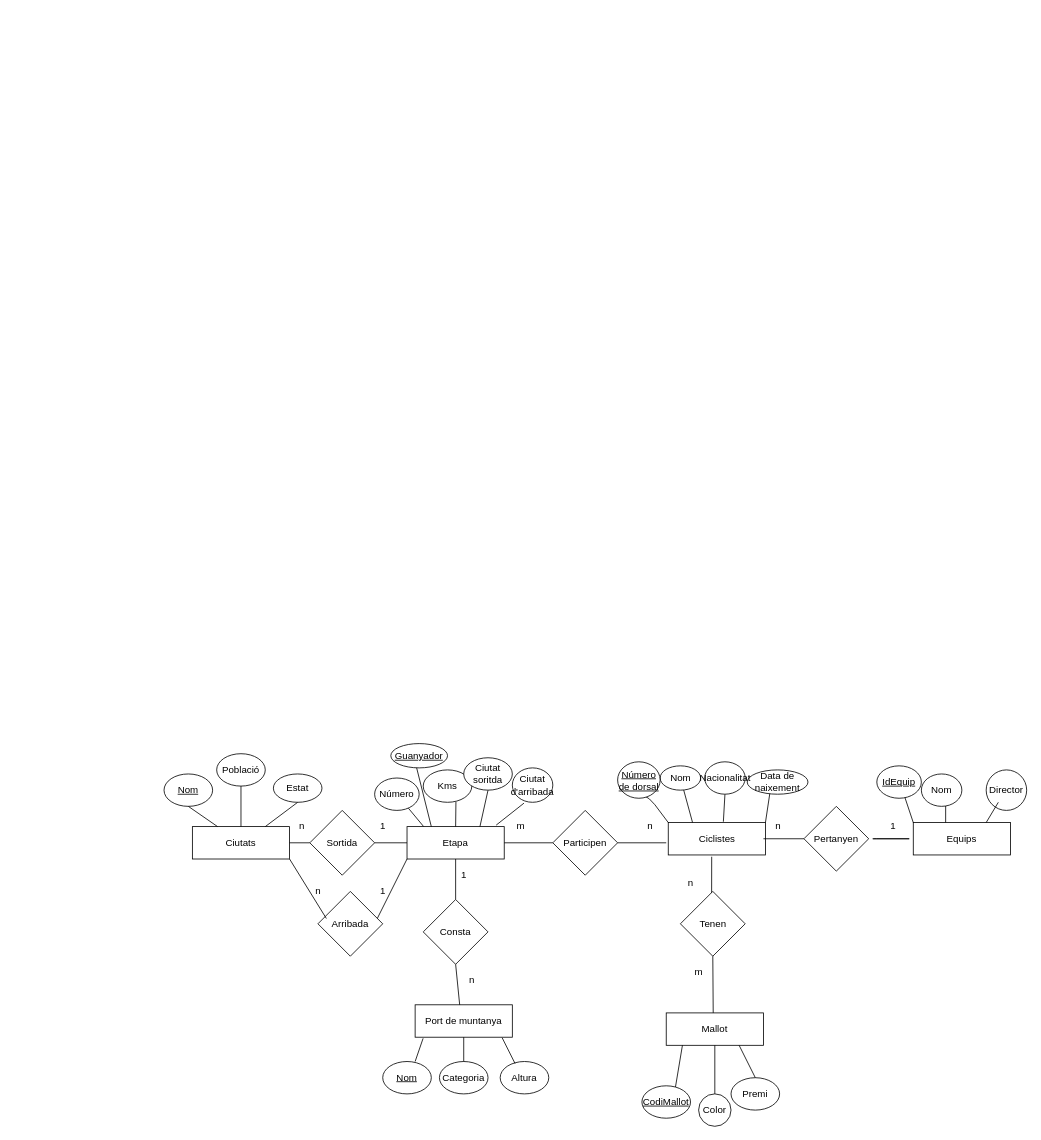
This is Trump.drawio from Khydra/https-discordapp.com-api-webhooks-518562240383811644-kNeMgop6j8yftRepPUE6DXeDJ8cb2CNdsJGgCZLXd1JnR, a draw.io file, before an edit. Source tidied: cells renumbered, new cells numbered last; positions are measured from the earlier drawing's top-left corner, leaving out a move shared by most shapes. Both pictures are drawn from the tidied source at 81%, with x=0, y=0 at pixel (164, 744).
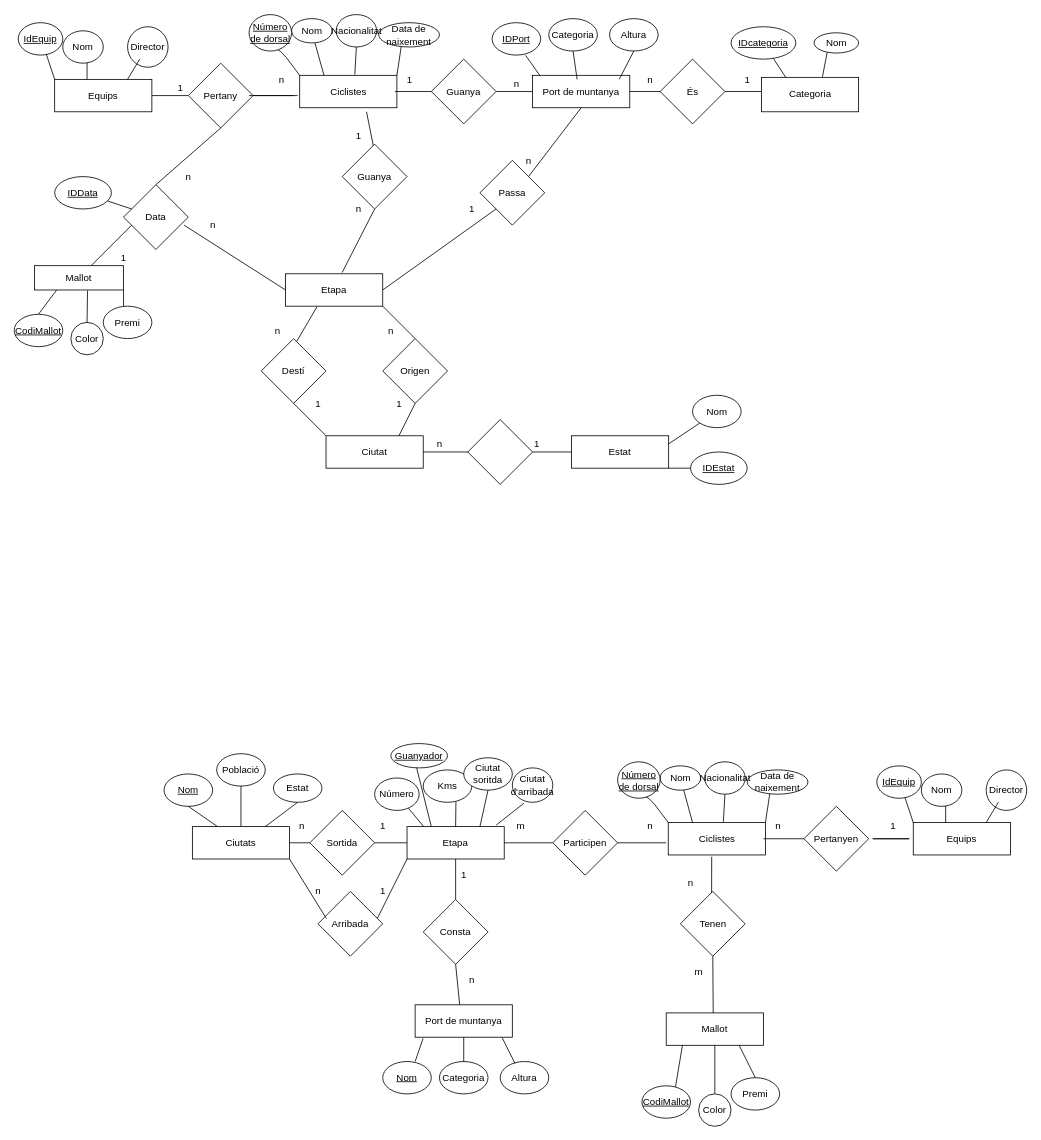
After the change.

Diff of the diagram source:
```diff
@@
+    <mxCell id="80" value="Equips" style="rounded=0;whiteSpace=wrap;html=1;" parent="1" vertex="1">
+      <mxGeometry x="-135" y="-820.5" width="120" height="40" as="geometry" />
+    </mxCell>
+    <mxCell id="81" style="endArrow=none;html=1;exitX=0.333;exitY=0;exitDx=0;exitDy=0;exitPerimeter=0;" parent="1" edge="1" source="80">
+      <mxGeometry relative="1" as="geometry">
+        <mxPoint x="-95" y="-860.5" as="targetPoint" />
+      </mxGeometry>
+    </mxCell>
+    <mxCell id="82" value="Nom" style="ellipse;whiteSpace=wrap;html=1;" parent="1" vertex="1">
+      <mxGeometry x="-125" y="-880.5" width="50" height="40" as="geometry" />
+    </mxCell>
+    <mxCell id="83" value="Director" style="ellipse;whiteSpace=wrap;html=1;" parent="1" vertex="1">
+      <mxGeometry x="-45" y="-885.5" width="50" height="50" as="geometry" />
+    </mxCell>
+    <mxCell id="84" style="endArrow=none;html=1;exitX=0.75;exitY=0;exitDx=0;exitDy=0;entryX=0.5;entryY=1;entryDx=0;entryDy=0;" parent="1" edge="1" source="80">
+      <mxGeometry relative="1" as="geometry">
+        <mxPoint x="-30" y="-845.5" as="targetPoint" />
+      </mxGeometry>
+    </mxCell>
+    <mxCell id="85" style="endArrow=none;html=1;exitX=0;exitY=0;exitDx=0;exitDy=0;" parent="1" edge="1" source="80">
+      <mxGeometry relative="1" as="geometry">
+        <mxPoint x="-150" y="-865.5" as="targetPoint" />
+      </mxGeometry>
+    </mxCell>
+    <mxCell id="86" value="&lt;u&gt;IdEquip&lt;/u&gt;" style="ellipse;whiteSpace=wrap;html=1;" parent="1" vertex="1">
+      <mxGeometry x="-180" y="-890.5" width="55" height="40" as="geometry" />
+    </mxCell>
+    <mxCell id="87" style="endArrow=none;html=1;exitX=1;exitY=0.5;exitDx=0;exitDy=0;" parent="1" edge="1" source="80">
+      <mxGeometry relative="1" as="geometry">
+        <mxPoint x="30" y="-800.5" as="targetPoint" />
+      </mxGeometry>
+    </mxCell>
+    <mxCell id="88" value="1" style="text;html=1;align=center;verticalAlign=middle;" parent="1" vertex="1">
+      <mxGeometry x="10" y="-820.5" width="20" height="20" as="geometry" />
+    </mxCell>
+    <mxCell id="89" value="Pertany" style="rhombus;whiteSpace=wrap;html=1;" parent="1" vertex="1">
+      <mxGeometry x="30" y="-840.5" width="80" height="80" as="geometry" />
+    </mxCell>
+    <mxCell id="90" style="endArrow=none;html=1;exitX=1;exitY=0.5;exitDx=0;exitDy=0;" parent="1" edge="1" source="89">
+      <mxGeometry relative="1" as="geometry">
+        <mxPoint x="160" y="-800.5" as="targetPoint" />
+      </mxGeometry>
+    </mxCell>
+    <mxCell id="91" value="Ciclistes" style="rounded=0;whiteSpace=wrap;html=1;" parent="1" vertex="1">
+      <mxGeometry x="167.5" y="-825.5" width="120" height="40" as="geometry" />
+    </mxCell>
+    <mxCell id="92" style="endArrow=none;html=1;exitX=0.25;exitY=0;exitDx=0;exitDy=0;" parent="1" edge="1" source="91" target="93">
+      <mxGeometry relative="1" as="geometry" />
+    </mxCell>
+    <mxCell id="93" value="Nom" style="ellipse;whiteSpace=wrap;html=1;" parent="1" vertex="1">
+      <mxGeometry x="157.5" y="-895.5" width="50" height="30" as="geometry" />
+    </mxCell>
+    <mxCell id="94" style="endArrow=none;html=1;exitX=1;exitY=0;exitDx=0;exitDy=0;" parent="1" edge="1" source="91">
+      <mxGeometry relative="1" as="geometry">
+        <mxPoint x="295" y="-875.5" as="targetPoint" />
+      </mxGeometry>
+    </mxCell>
+    <mxCell id="95" value="Data de naixement" style="ellipse;whiteSpace=wrap;html=1;" parent="1" vertex="1">
+      <mxGeometry x="265" y="-890.5" width="75" height="30" as="geometry" />
+    </mxCell>
+    <mxCell id="96" style="endArrow=none;html=1;exitX=0;exitY=0;exitDx=0;exitDy=0;" parent="1" edge="1" source="91">
+      <mxGeometry relative="1" as="geometry">
+        <mxPoint x="125" y="-865.5" as="targetPoint" />
+        <Array as="points">
+          <mxPoint x="145" y="-855.5" />
+        </Array>
+      </mxGeometry>
+    </mxCell>
+    <mxCell id="97" value="&lt;u&gt;Número de dorsal&lt;/u&gt;" style="ellipse;whiteSpace=wrap;html=1;" parent="1" vertex="1">
+      <mxGeometry x="105" y="-900.5" width="52.5" height="45" as="geometry" />
+    </mxCell>
+    <mxCell id="98" style="endArrow=none;html=1;entryX=0.567;entryY=-0.025;entryDx=0;entryDy=0;exitX=0.5;exitY=1;exitDx=0;exitDy=0;entryPerimeter=0;" parent="1" edge="1" source="99" target="91">
+      <mxGeometry relative="1" as="geometry" />
+    </mxCell>
+    <mxCell id="99" value="Nacionalitat&lt;br&gt;" style="ellipse;whiteSpace=wrap;html=1;" parent="1" vertex="1">
+      <mxGeometry x="212.5" y="-900.5" width="50" height="40" as="geometry" />
+    </mxCell>
+    <mxCell id="100" style="endArrow=none;html=1;" parent="1" edge="1">
+      <mxGeometry relative="1" as="geometry">
+        <mxPoint x="335" y="-805.5" as="sourcePoint" />
+        <mxPoint x="285" y="-805.5" as="targetPoint" />
+      </mxGeometry>
+    </mxCell>
+    <mxCell id="101" value="1" style="text;html=1;align=center;verticalAlign=middle;" parent="1" vertex="1">
+      <mxGeometry x="292.5" y="-830.5" width="20" height="20" as="geometry" />
+    </mxCell>
+    <mxCell id="102" value="n" style="text;html=1;align=center;verticalAlign=middle;" parent="1" vertex="1">
+      <mxGeometry x="135" y="-830.5" width="20" height="20" as="geometry" />
+    </mxCell>
+    <mxCell id="103" style="endArrow=none;html=1;exitX=1;exitY=0.5;exitDx=0;exitDy=0;" parent="1" edge="1">
+      <mxGeometry relative="1" as="geometry">
+        <mxPoint x="105" y="-800.5" as="sourcePoint" />
+        <mxPoint x="165" y="-800.5" as="targetPoint" />
+      </mxGeometry>
+    </mxCell>
+    <mxCell id="104" value="Guanya" style="rhombus;whiteSpace=wrap;html=1;" parent="1" vertex="1">
+      <mxGeometry x="330" y="-845.5" width="80" height="80" as="geometry" />
+    </mxCell>
+    <mxCell id="105" value="Altura" style="ellipse;whiteSpace=wrap;html=1;" parent="1" vertex="1">
+      <mxGeometry x="550" y="-895.5" width="60" height="40" as="geometry" />
+    </mxCell>
+    <mxCell id="106" value="Port de muntanya" style="rounded=0;whiteSpace=wrap;html=1;" parent="1" vertex="1">
+      <mxGeometry x="455" y="-825.5" width="120" height="40" as="geometry" />
+    </mxCell>
+    <mxCell id="107" value="&lt;u&gt;IDPort&lt;/u&gt;" style="ellipse;whiteSpace=wrap;html=1;" parent="1" vertex="1">
+      <mxGeometry x="405" y="-890.5" width="60" height="40" as="geometry" />
+    </mxCell>
+    <mxCell id="108" value="Categoria" style="ellipse;whiteSpace=wrap;html=1;" parent="1" vertex="1">
+      <mxGeometry x="475" y="-895.5" width="60" height="40" as="geometry" />
+    </mxCell>
+    <mxCell id="109" style="endArrow=none;html=1;exitX=0.075;exitY=0.005;exitDx=0;exitDy=0;exitPerimeter=0;entryX=0.69;entryY=1.01;entryDx=0;entryDy=0;entryPerimeter=0;" parent="1" edge="1" source="106" target="107">
+      <mxGeometry relative="1" as="geometry" />
+    </mxCell>
+    <mxCell id="110" style="endArrow=none;html=1;entryX=0.5;entryY=1;entryDx=0;entryDy=0;" parent="1" edge="1" target="108">
+      <mxGeometry relative="1" as="geometry">
+        <mxPoint x="510" y="-820.5" as="sourcePoint" />
+      </mxGeometry>
+    </mxCell>
+    <mxCell id="111" style="endArrow=none;html=1;entryX=0.5;entryY=1;entryDx=0;entryDy=0;" parent="1" edge="1" target="105">
+      <mxGeometry relative="1" as="geometry">
+        <mxPoint x="562" y="-820.5" as="sourcePoint" />
+      </mxGeometry>
+    </mxCell>
+    <mxCell id="112" style="endArrow=none;html=1;entryX=0;entryY=0.5;entryDx=0;entryDy=0;exitX=1;exitY=0.5;exitDx=0;exitDy=0;" parent="1" edge="1" source="104" target="106">
+      <mxGeometry relative="1" as="geometry" />
+    </mxCell>
+    <mxCell id="113" value="n" style="text;html=1;align=center;verticalAlign=middle;" parent="1" vertex="1">
+      <mxGeometry x="425" y="-825.5" width="20" height="20" as="geometry" />
+    </mxCell>
+    <mxCell id="114" style="endArrow=none;html=1;exitX=1;exitY=0.5;exitDx=0;exitDy=0;" parent="1" edge="1" source="106">
+      <mxGeometry relative="1" as="geometry">
+        <mxPoint x="620" y="-805.5" as="targetPoint" />
+      </mxGeometry>
+    </mxCell>
+    <mxCell id="115" value="n" style="text;html=1;align=center;verticalAlign=middle;" parent="1" vertex="1">
+      <mxGeometry x="590" y="-830.5" width="20" height="20" as="geometry" />
+    </mxCell>
+    <mxCell id="116" value="És" style="rhombus;whiteSpace=wrap;html=1;" parent="1" vertex="1">
+      <mxGeometry x="612.5" y="-845.5" width="80" height="80" as="geometry" />
+    </mxCell>
+    <mxCell id="117" style="endArrow=none;html=1;exitX=1;exitY=0.5;exitDx=0;exitDy=0;" parent="1" edge="1" source="116">
+      <mxGeometry relative="1" as="geometry">
+        <mxPoint x="740" y="-805.5" as="targetPoint" />
+      </mxGeometry>
+    </mxCell>
+    <mxCell id="118" value="Categoria" style="rounded=0;whiteSpace=wrap;html=1;" parent="1" vertex="1">
+      <mxGeometry x="737.5" y="-823" width="120" height="42.5" as="geometry" />
+    </mxCell>
+    <mxCell id="119" style="endArrow=none;html=1;exitX=0.25;exitY=0;exitDx=0;exitDy=0;" parent="1" edge="1" source="118" target="120">
+      <mxGeometry relative="1" as="geometry" />
+    </mxCell>
+    <mxCell id="120" value="&lt;u&gt;IDcategoria&lt;/u&gt;" style="ellipse;whiteSpace=wrap;html=1;" parent="1" vertex="1">
+      <mxGeometry x="700" y="-885.5" width="80" height="40" as="geometry" />
+    </mxCell>
+    <mxCell id="121" style="endArrow=none;html=1;exitX=0.628;exitY=-0.016;exitDx=0;exitDy=0;exitPerimeter=0;" parent="1" edge="1" source="118">
+      <mxGeometry relative="1" as="geometry">
+        <mxPoint x="820" y="-860.5" as="targetPoint" />
+      </mxGeometry>
+    </mxCell>
+    <mxCell id="122" value="Nom" style="ellipse;whiteSpace=wrap;html=1;" parent="1" vertex="1">
+      <mxGeometry x="802.5" y="-878" width="55" height="25" as="geometry" />
+    </mxCell>
+    <mxCell id="123" style="endArrow=none;html=1;" parent="1" edge="1">
+      <mxGeometry relative="1" as="geometry">
+        <mxPoint x="260" y="-730.5" as="sourcePoint" />
+        <mxPoint x="250" y="-780.5" as="targetPoint" />
+      </mxGeometry>
+    </mxCell>
+    <mxCell id="124" value="Guanya" style="rhombus;whiteSpace=wrap;html=1;" parent="1" vertex="1">
+      <mxGeometry x="220" y="-740.5" width="80" height="80" as="geometry" />
+    </mxCell>
+    <mxCell id="125" value="1" style="text;html=1;align=center;verticalAlign=middle;" parent="1" vertex="1">
+      <mxGeometry x="230" y="-760.5" width="20" height="20" as="geometry" />
+    </mxCell>
+    <mxCell id="126" value="n" style="text;html=1;align=center;verticalAlign=middle;" parent="1" vertex="1">
+      <mxGeometry x="230" y="-670.5" width="20" height="20" as="geometry" />
+    </mxCell>
+    <mxCell id="127" style="endArrow=none;html=1;entryX=0.5;entryY=1;entryDx=0;entryDy=0;exitX=0.583;exitY=-0.04;exitDx=0;exitDy=0;exitPerimeter=0;" parent="1" edge="1" source="133" target="124">
+      <mxGeometry relative="1" as="geometry" />
+    </mxCell>
+    <mxCell id="128" style="endArrow=none;html=1;entryX=0.5;entryY=1;entryDx=0;entryDy=0;exitX=1;exitY=0;exitDx=0;exitDy=0;" parent="1" edge="1" source="129" target="106">
+      <mxGeometry relative="1" as="geometry" />
+    </mxCell>
+    <mxCell id="129" value="Passa" style="rhombus;whiteSpace=wrap;html=1;" parent="1" vertex="1">
+      <mxGeometry x="390" y="-720.5" width="80" height="80" as="geometry" />
+    </mxCell>
+    <mxCell id="130" style="endArrow=none;html=1;entryX=0;entryY=1;entryDx=0;entryDy=0;" parent="1" edge="1" target="129">
+      <mxGeometry relative="1" as="geometry">
+        <mxPoint x="270" y="-560.5" as="sourcePoint" />
+      </mxGeometry>
+    </mxCell>
+    <mxCell id="131" value="n" style="text;html=1;align=center;verticalAlign=middle;" parent="1" vertex="1">
+      <mxGeometry x="440" y="-730.5" width="20" height="20" as="geometry" />
+    </mxCell>
+    <mxCell id="132" value="1" style="text;html=1;align=center;verticalAlign=middle;" parent="1" vertex="1">
+      <mxGeometry x="370" y="-670.5" width="20" height="20" as="geometry" />
+    </mxCell>
+    <mxCell id="133" value="Etapa" style="rounded=0;whiteSpace=wrap;html=1;" parent="1" vertex="1">
+      <mxGeometry x="150" y="-580.5" width="120" height="40" as="geometry" />
+    </mxCell>
+    <mxCell id="134" style="endArrow=none;html=1;entryX=0.323;entryY=1.02;entryDx=0;entryDy=0;entryPerimeter=0;" parent="1" edge="1" target="133">
+      <mxGeometry relative="1" as="geometry">
+        <mxPoint x="160" y="-490.5" as="sourcePoint" />
+      </mxGeometry>
+    </mxCell>
+    <mxCell id="135" value="Destí" style="rhombus;whiteSpace=wrap;html=1;" parent="1" vertex="1">
+      <mxGeometry x="120" y="-500.5" width="80" height="80" as="geometry" />
+    </mxCell>
+    <mxCell id="136" value="n" style="text;html=1;align=center;verticalAlign=middle;" parent="1" vertex="1">
+      <mxGeometry x="130" y="-520.5" width="20" height="20" as="geometry" />
+    </mxCell>
+    <mxCell id="137" value="Ciutat" style="rounded=0;whiteSpace=wrap;html=1;" parent="1" vertex="1">
+      <mxGeometry x="200" y="-380.5" width="120" height="40" as="geometry" />
+    </mxCell>
+    <mxCell id="138" style="endArrow=none;html=1;entryX=0.5;entryY=1;entryDx=0;entryDy=0;exitX=0;exitY=0;exitDx=0;exitDy=0;" parent="1" edge="1" source="137" target="135">
+      <mxGeometry relative="1" as="geometry" />
+    </mxCell>
+    <mxCell id="139" style="endArrow=none;html=1;exitX=1;exitY=0.5;exitDx=0;exitDy=0;" parent="1" edge="1" source="137">
+      <mxGeometry relative="1" as="geometry">
+        <mxPoint x="380" y="-360.5" as="targetPoint" />
+      </mxGeometry>
+    </mxCell>
+    <mxCell id="140" value="n" style="text;html=1;align=center;verticalAlign=middle;" parent="1" vertex="1">
+      <mxGeometry x="330" y="-380.5" width="20" height="20" as="geometry" />
+    </mxCell>
+    <mxCell id="141" style="rhombus;whiteSpace=wrap;html=1;" parent="1" vertex="1">
+      <mxGeometry x="375" y="-400.5" width="80" height="80" as="geometry" />
+    </mxCell>
+    <mxCell id="142" style="endArrow=none;html=1;exitX=1;exitY=0.5;exitDx=0;exitDy=0;" parent="1" edge="1" source="141">
+      <mxGeometry relative="1" as="geometry">
+        <mxPoint x="510" y="-360.5" as="targetPoint" />
+      </mxGeometry>
+    </mxCell>
+    <mxCell id="143" value="1" style="text;html=1;align=center;verticalAlign=middle;" parent="1" vertex="1">
+      <mxGeometry x="450" y="-380.5" width="20" height="20" as="geometry" />
+    </mxCell>
+    <mxCell id="144" value="Estat" style="rounded=0;whiteSpace=wrap;html=1;" parent="1" vertex="1">
+      <mxGeometry x="503" y="-380.5" width="120" height="40" as="geometry" />
+    </mxCell>
+    <mxCell id="145" style="endArrow=none;html=1;exitX=1;exitY=0.25;exitDx=0;exitDy=0;" parent="1" edge="1" source="144" target="146">
+      <mxGeometry relative="1" as="geometry" />
+    </mxCell>
+    <mxCell id="146" value="Nom" style="ellipse;whiteSpace=wrap;html=1;" parent="1" vertex="1">
+      <mxGeometry x="652.5" y="-430.5" width="60" height="40" as="geometry" />
+    </mxCell>
+    <mxCell id="147" value="&lt;u&gt;IDEstat&lt;/u&gt;" style="ellipse;whiteSpace=wrap;html=1;" parent="1" vertex="1">
+      <mxGeometry x="650" y="-360.5" width="70" height="40" as="geometry" />
+    </mxCell>
+    <mxCell id="148" style="endArrow=none;html=1;entryX=1;entryY=1;entryDx=0;entryDy=0;" parent="1" edge="1" source="147" target="144">
+      <mxGeometry relative="1" as="geometry" />
+    </mxCell>
+    <mxCell id="149" value="1" style="text;html=1;align=center;verticalAlign=middle;" parent="1" vertex="1">
+      <mxGeometry x="180" y="-430.5" width="20" height="20" as="geometry" />
+    </mxCell>
+    <mxCell id="150" value="Origen" style="rhombus;whiteSpace=wrap;html=1;" parent="1" vertex="1">
+      <mxGeometry x="270" y="-500.5" width="80" height="80" as="geometry" />
+    </mxCell>
+    <mxCell id="151" style="endArrow=none;html=1;entryX=1;entryY=1;entryDx=0;entryDy=0;exitX=0.5;exitY=0;exitDx=0;exitDy=0;" parent="1" edge="1" source="150" target="133">
+      <mxGeometry relative="1" as="geometry" />
+    </mxCell>
+    <mxCell id="152" value="n" style="text;html=1;align=center;verticalAlign=middle;" parent="1" vertex="1">
+      <mxGeometry x="270" y="-520.5" width="20" height="20" as="geometry" />
+    </mxCell>
+    <mxCell id="153" style="endArrow=none;html=1;entryX=0.5;entryY=1;entryDx=0;entryDy=0;" parent="1" edge="1" target="150">
+      <mxGeometry relative="1" as="geometry">
+        <mxPoint x="290" y="-380.5" as="sourcePoint" />
+      </mxGeometry>
+    </mxCell>
+    <mxCell id="154" value="1" style="text;html=1;align=center;verticalAlign=middle;" parent="1" vertex="1">
+      <mxGeometry x="280" y="-430.5" width="20" height="20" as="geometry" />
+    </mxCell>
+    <mxCell id="155" value="Mallot" style="rounded=0;whiteSpace=wrap;html=1;" parent="1" vertex="1">
+      <mxGeometry x="-160" y="-590.5" width="110" height="30" as="geometry" />
+    </mxCell>
+    <mxCell id="156" style="endArrow=none;html=1;" parent="1" edge="1">
+      <mxGeometry relative="1" as="geometry">
+        <mxPoint x="-90" y="-590.5" as="sourcePoint" />
+        <mxPoint x="-40" y="-640.5" as="targetPoint" />
+      </mxGeometry>
+    </mxCell>
+    <mxCell id="157" value="Data" style="rhombus;whiteSpace=wrap;html=1;" parent="1" vertex="1">
+      <mxGeometry x="-50" y="-690.5" width="80" height="80" as="geometry" />
+    </mxCell>
+    <mxCell id="158" style="endArrow=none;html=1;entryX=0.5;entryY=1;entryDx=0;entryDy=0;exitX=0.5;exitY=0;exitDx=0;exitDy=0;" parent="1" edge="1" source="157" target="89">
+      <mxGeometry relative="1" as="geometry" />
+    </mxCell>
+    <mxCell id="159" style="endArrow=none;html=1;exitX=0.935;exitY=0.625;exitDx=0;exitDy=0;exitPerimeter=0;entryX=0;entryY=0.5;entryDx=0;entryDy=0;" parent="1" edge="1" source="157" target="133">
+      <mxGeometry relative="1" as="geometry" />
+    </mxCell>
+    <mxCell id="160" value="1" style="text;html=1;align=center;verticalAlign=middle;" parent="1" vertex="1">
+      <mxGeometry x="-60" y="-610.5" width="20" height="20" as="geometry" />
+    </mxCell>
+    <mxCell id="161" value="n" style="text;html=1;align=center;verticalAlign=middle;" parent="1" vertex="1">
+      <mxGeometry x="20" y="-710.5" width="20" height="20" as="geometry" />
+    </mxCell>
+    <mxCell id="162" value="n" style="text;html=1;align=center;verticalAlign=middle;" parent="1" vertex="1">
+      <mxGeometry x="50" y="-650.5" width="20" height="20" as="geometry" />
+    </mxCell>
+    <mxCell id="163" value="&lt;u&gt;IDData&lt;/u&gt;" style="ellipse;whiteSpace=wrap;html=1;" parent="1" vertex="1">
+      <mxGeometry x="-135" y="-700.5" width="70" height="40" as="geometry" />
+    </mxCell>
+    <mxCell id="164" style="endArrow=none;html=1;" parent="1" edge="1" source="163" target="157">
+      <mxGeometry relative="1" as="geometry" />
+    </mxCell>
+    <mxCell id="165" value="Color" style="ellipse;whiteSpace=wrap;html=1;" parent="1" vertex="1">
+      <mxGeometry x="-115" y="-520.5" width="40" height="40" as="geometry" />
+    </mxCell>
+    <mxCell id="166" value="Premi" style="ellipse;whiteSpace=wrap;html=1;" parent="1" vertex="1">
+      <mxGeometry x="-75" y="-540.5" width="60" height="40" as="geometry" />
+    </mxCell>
+    <mxCell id="167" value="&lt;u&gt;CodiMallot&lt;/u&gt;" style="ellipse;whiteSpace=wrap;html=1;" parent="1" vertex="1">
+      <mxGeometry x="-185" y="-530.5" width="60" height="40" as="geometry" />
+    </mxCell>
+    <mxCell id="168" style="endArrow=none;html=1;entryX=0.25;entryY=1;entryDx=0;entryDy=0;exitX=0.5;exitY=0;exitDx=0;exitDy=0;" parent="1" edge="1" source="167" target="155">
+      <mxGeometry relative="1" as="geometry" />
+    </mxCell>
+    <mxCell id="169" style="endArrow=none;html=1;entryX=1;entryY=1;entryDx=0;entryDy=0;" parent="1" edge="1" target="155">
+      <mxGeometry relative="1" as="geometry">
+        <mxPoint x="-50" y="-540.5" as="sourcePoint" />
+      </mxGeometry>
+    </mxCell>
+    <mxCell id="170" style="endArrow=none;html=1;entryX=0.596;entryY=1.027;entryDx=0;entryDy=0;entryPerimeter=0;exitX=0.5;exitY=0;exitDx=0;exitDy=0;" parent="1" edge="1" source="165" target="155">
+      <mxGeometry relative="1" as="geometry" />
+    </mxCell>
+    <mxCell id="171" value="1" style="text;html=1;align=center;verticalAlign=middle;" parent="1" vertex="1">
+      <mxGeometry x="710" y="-830.5" width="20" height="20" as="geometry" />
+    </mxCell>
```
